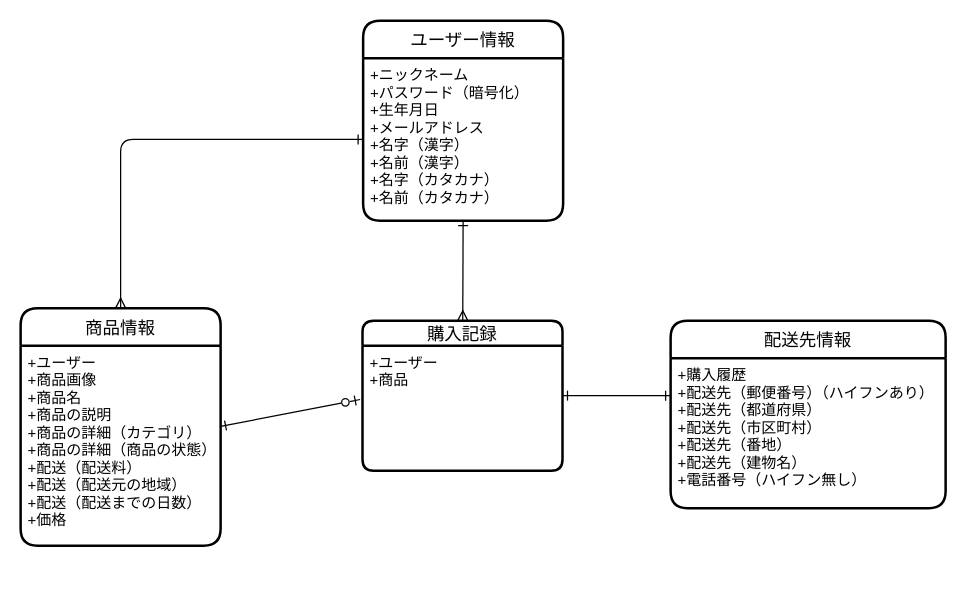
The draw.io diagram ER.dio in Kogayo/furima-40061, before the edit. Source tidied: cells renumbered, new cells numbered last; positions are measured from the earlier drawing's top-left corner, leaving out a move shared by most shapes. Both pictures are drawn from the tidied source at 125%, with x=0, y=0 at pixel (20, 20).
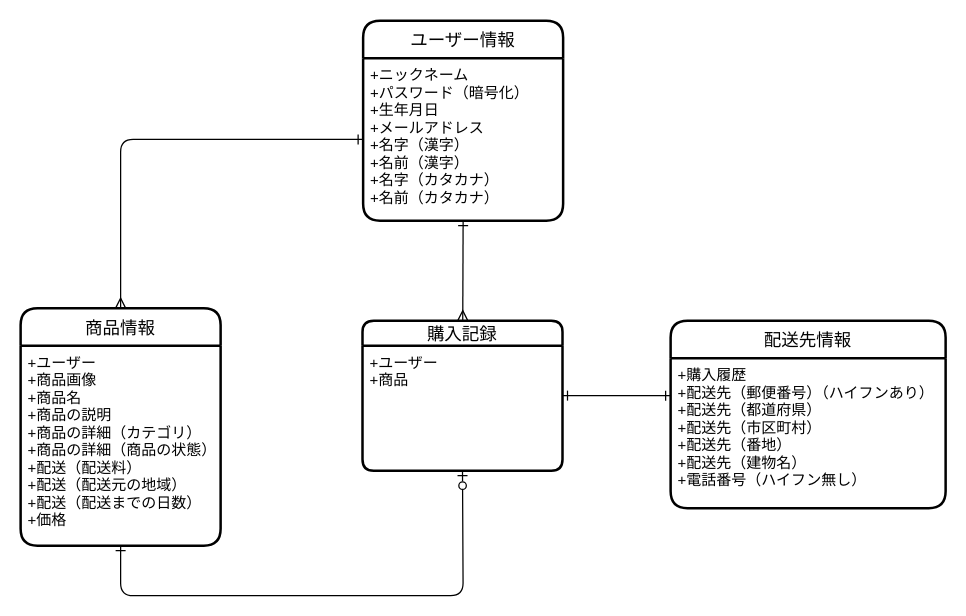
The same page after the edit.

What changed in the source:
```diff
@@
 <mxGraphModel>
   <root>
     <mxCell id="0" />
     <mxCell id="1" parent="0" />
     <mxCell id="2" value="ユーザー情報" style="swimlane;horizontal=1;startSize=30;rounded=1;fontSize=14;fontStyle=0;strokeWidth=2;shadow=0;dashed=0;align=center;" parent="1" vertex="1">
       <mxGeometry x="274" width="160" height="160" as="geometry" />
     </mxCell>
     <mxCell id="3" value="+ニックネーム&#10;+パスワード（暗号化）&#10;+生年月日&#10;+メールアドレス&#10;+名字（漢字）&#10;+名前（漢字）&#10;+名字（カタカナ）&#10;+名前（カタカナ）" style="align=left;strokeColor=none;fillColor=none;spacingLeft=4;fontSize=12;verticalAlign=top;" parent="2" vertex="1">
       <mxGeometry y="30" width="160" height="130" as="geometry" />
     </mxCell>
     <mxCell id="4" style="edgeStyle=none;html=1;exitX=0.5;exitY=0;exitDx=0;exitDy=0;entryX=0;entryY=0.5;entryDx=0;entryDy=0;endArrow=ERone;endFill=0;startArrow=ERmany;startFill=0;" parent="1" edge="1" source="5" target="3">
       <mxGeometry relative="1" as="geometry">
         <Array as="points">
           <mxPoint x="80" y="95" />
         </Array>
       </mxGeometry>
     </mxCell>
     <mxCell id="5" value="商品情報" style="swimlane;horizontal=1;startSize=30;rounded=1;fontSize=14;fontStyle=0;strokeWidth=2;shadow=0;dashed=0;align=center;" parent="1" vertex="1">
       <mxGeometry y="230" width="160" height="190" as="geometry" />
     </mxCell>
     <mxCell id="6" style="edgeStyle=none;html=1;" parent="5" edge="1" source="7" target="5">
       <mxGeometry relative="1" as="geometry" />
     </mxCell>
     <mxCell id="7" value="+ユーザー&#10;+商品画像&#10;+商品名&#10;+商品の説明&#10;+商品の詳細（カテゴリ）&#10;+商品の詳細（商品の状態）&#10;+配送（配送料）&#10;+配送（配送元の地域）&#10;+配送（配送までの日数）&#10;+価格" style="align=left;strokeColor=none;fillColor=none;spacingLeft=4;fontSize=12;verticalAlign=top;" parent="5" vertex="1">
       <mxGeometry y="30" width="160" height="160" as="geometry" />
     </mxCell>
     <mxCell id="8" style="edgeStyle=none;html=1;entryX=0.5;entryY=1;entryDx=0;entryDy=0;startArrow=ERmany;startFill=0;endArrow=ERone;endFill=0;" parent="1" edge="1" source="10" target="3">
       <mxGeometry relative="1" as="geometry" />
     </mxCell>
     <mxCell id="9" style="edgeStyle=none;html=1;entryX=0;entryY=0.25;entryDx=0;entryDy=0;startArrow=ERone;startFill=0;endArrow=ERone;endFill=0;" parent="1" edge="1" source="10" target="13">
       <mxGeometry relative="1" as="geometry" />
     </mxCell>
     <mxCell id="10" value="購入記録" style="swimlane;horizontal=1;startSize=20;rounded=1;fontSize=14;fontStyle=0;strokeWidth=2;shadow=0;dashed=0;align=center;" parent="1" vertex="1">
       <mxGeometry x="273.5" y="240" width="160" height="120" as="geometry" />
     </mxCell>
     <mxCell id="11" value="+ユーザー&#10;+商品" style="align=left;strokeColor=none;fillColor=none;spacingLeft=4;fontSize=12;verticalAlign=top;" parent="10" vertex="1">
       <mxGeometry y="20" width="160" height="100" as="geometry" />
     </mxCell>
     <mxCell id="12" value="配送先情報" style="swimlane;horizontal=1;startSize=30;rounded=1;fontSize=14;fontStyle=0;strokeWidth=2;shadow=0;dashed=0;align=center;" parent="1" vertex="1">
       <mxGeometry x="520" y="240" width="220" height="150" as="geometry" />
     </mxCell>
     <mxCell id="13" value="+購入履歴&#10;+配送先（郵便番号）（ハイフンあり）&#10;+配送先（都道府県）&#10;+配送先（市区町村）&#10;+配送先（番地）&#10;+配送先（建物名）&#10;+電話番号（ハイフン無し）" style="align=left;strokeColor=none;fillColor=none;spacingLeft=4;fontSize=12;verticalAlign=top;" parent="12" vertex="1">
       <mxGeometry y="30" width="220" height="120" as="geometry" />
     </mxCell>
-    <mxCell id="14" style="edgeStyle=none;html=1;entryX=-0.012;entryY=0.431;entryDx=0;entryDy=0;entryPerimeter=0;startArrow=ERone;startFill=0;endArrow=ERzeroToOne;endFill=0;" parent="1" edge="1" source="7" target="11">
-      <mxGeometry relative="1" as="geometry" />
+    <mxCell id="14" style="edgeStyle=none;html=1;entryX=0.5;entryY=1;entryDx=0;entryDy=0;startArrow=ERone;startFill=0;endArrow=ERzeroToOne;endFill=0;" parent="1" edge="1" source="7" target="11">
+      <mxGeometry relative="1" as="geometry">
+        <Array as="points">
+          <mxPoint x="80" y="460" />
+          <mxPoint x="354" y="460" />
+        </Array>
+      </mxGeometry>
     </mxCell>
   </root>
 </mxGraphModel>
```
